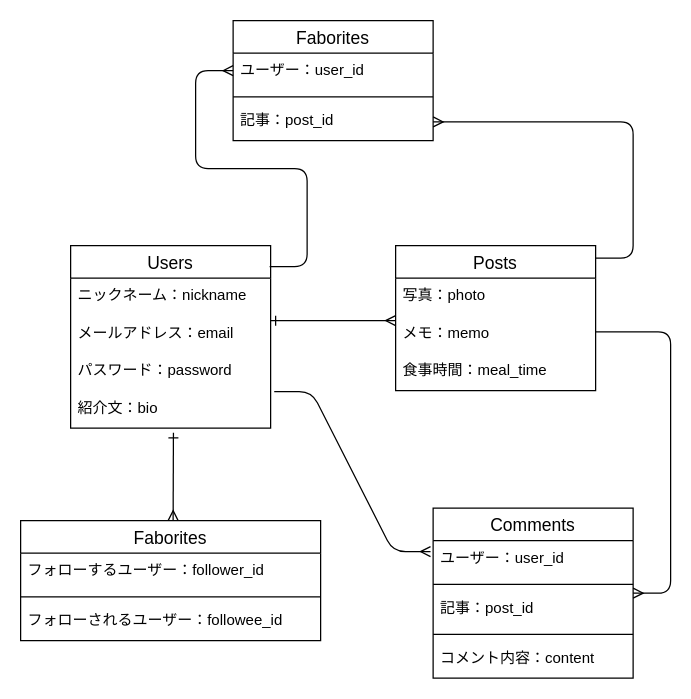
This is ER.dio from hara0510/eatlog, a draw.io file, before an edit. Source tidied: cells renumbered, new cells numbered last; positions are measured from the earlier drawing's top-left corner, leaving out a move shared by most shapes. Both pictures are drawn from the tidied source at 125%, with x=0, y=0 at pixel (20, 20).
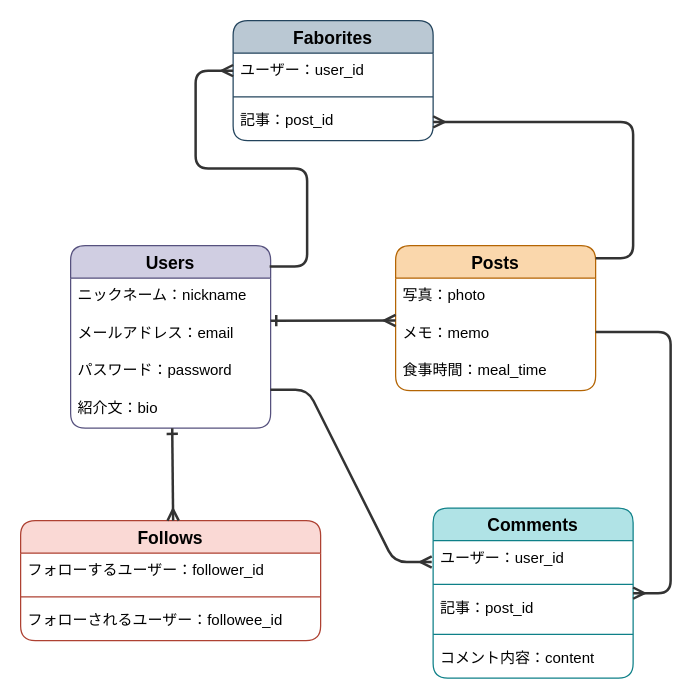
The same page after the edit.

Commit message (it also covers changes not shown here):
ER図・画面遷移図の修正

Change to the diagram source:
```diff
@@
-<mxGraphModel>
+<mxGraphModel background="#ffffff">
@@
-    <mxCell id="2" value="Users" style="swimlane;fontStyle=0;horizontal=1;startSize=26;align=center;fontSize=14;" parent="1" vertex="1">
+    <mxCell id="2" value="Users" style="swimlane;fontStyle=1;horizontal=1;startSize=26;align=center;fontSize=14;fillColor=#d0cee2;strokeColor=#56517e;rounded=1;fontColor=#000000;" parent="1" vertex="1">
       <mxGeometry x="40" y="180" width="160" height="146" as="geometry" />
     </mxCell>
-    <mxCell id="3" value="ニックネーム：nickname" style="text;strokeColor=none;fillColor=none;spacingLeft=4;spacingRight=4;overflow=hidden;fontSize=12;" parent="2" vertex="1">
+    <mxCell id="3" value="ニックネーム：nickname" style="text;strokeColor=none;fillColor=none;spacingLeft=4;spacingRight=4;overflow=hidden;fontSize=12;fontColor=#000000;" parent="2" vertex="1">
       <mxGeometry y="26" width="160" height="30" as="geometry" />
     </mxCell>
-    <mxCell id="4" value="メールアドレス：email" style="text;strokeColor=none;fillColor=none;spacingLeft=4;spacingRight=4;overflow=hidden;fontSize=12;" parent="2" vertex="1">
+    <mxCell id="4" value="メールアドレス：email" style="text;strokeColor=none;fillColor=none;spacingLeft=4;spacingRight=4;overflow=hidden;fontSize=12;fontColor=#000000;" parent="2" vertex="1">
       <mxGeometry y="56" width="160" height="30" as="geometry" />
     </mxCell>
-    <mxCell id="5" value="パスワード：password" style="text;strokeColor=none;fillColor=none;spacingLeft=4;spacingRight=4;overflow=hidden;fontSize=12;" parent="2" vertex="1">
+    <mxCell id="5" value="パスワード：password" style="text;strokeColor=none;fillColor=none;spacingLeft=4;spacingRight=4;overflow=hidden;fontSize=12;fontColor=#000000;" parent="2" vertex="1">
       <mxGeometry y="86" width="160" height="30" as="geometry" />
     </mxCell>
-    <mxCell id="6" value="紹介文：bio" style="text;strokeColor=none;fillColor=none;spacingLeft=4;spacingRight=4;overflow=hidden;points=[[0,0.5],[1,0.5]];portConstraint=eastwest;fontSize=12;" parent="2" vertex="1">
+    <mxCell id="6" value="紹介文：bio" style="text;strokeColor=none;fillColor=none;spacingLeft=4;spacingRight=4;overflow=hidden;points=[[0,0.5],[1,0.5]];portConstraint=eastwest;fontSize=12;fontColor=#000000;" parent="2" vertex="1">
       <mxGeometry y="116" width="160" height="30" as="geometry" />
     </mxCell>
-    <mxCell id="7" value="Posts" style="swimlane;fontStyle=0;horizontal=1;startSize=26;align=center;fontSize=14;" parent="1" vertex="1">
+    <mxCell id="7" value="Posts" style="swimlane;fontStyle=1;horizontal=1;startSize=26;align=center;fontSize=14;fillColor=#fad7ac;strokeColor=#b46504;rounded=1;fontColor=#000000;" parent="1" vertex="1">
       <mxGeometry x="300" y="180" width="160" height="116" as="geometry" />
     </mxCell>
-    <mxCell id="8" value="写真：photo" style="text;strokeColor=none;fillColor=none;spacingLeft=4;spacingRight=4;overflow=hidden;fontSize=12;" parent="7" vertex="1">
+    <mxCell id="8" value="写真：photo" style="text;strokeColor=none;fillColor=none;spacingLeft=4;spacingRight=4;overflow=hidden;fontSize=12;fontColor=#000000;" parent="7" vertex="1">
       <mxGeometry y="26" width="160" height="30" as="geometry" />
     </mxCell>
-    <mxCell id="9" value="メモ：memo" style="text;strokeColor=none;fillColor=none;spacingLeft=4;spacingRight=4;overflow=hidden;points=[[0,0.5],[1,0.5]];portConstraint=eastwest;fontSize=12;" parent="7" vertex="1">
+    <mxCell id="9" value="メモ：memo" style="text;strokeColor=none;fillColor=none;spacingLeft=4;spacingRight=4;overflow=hidden;points=[[0,0.5],[1,0.5]];portConstraint=eastwest;fontSize=12;fontColor=#000000;" parent="7" vertex="1">
       <mxGeometry y="56" width="160" height="30" as="geometry" />
     </mxCell>
-    <mxCell id="10" value="食事時間：meal_time" style="text;strokeColor=none;fillColor=none;spacingLeft=4;spacingRight=4;overflow=hidden;fontSize=12;" parent="7" vertex="1">
+    <mxCell id="10" value="食事時間：meal_time" style="text;strokeColor=none;fillColor=none;spacingLeft=4;spacingRight=4;overflow=hidden;fontSize=12;fontColor=#000000;" parent="7" vertex="1">
       <mxGeometry y="86" width="160" height="30" as="geometry" />
     </mxCell>
-    <mxCell id="11" value="Faborites" style="swimlane;fontStyle=0;horizontal=1;startSize=26;align=center;fontSize=14;" parent="1" vertex="1">
+    <mxCell id="11" value="Faborites" style="swimlane;fontStyle=1;horizontal=1;startSize=26;align=center;fontSize=14;fillColor=#bac8d3;strokeColor=#23445d;rounded=1;fontColor=#000000;" parent="1" vertex="1">
       <mxGeometry x="170" width="160" height="96" as="geometry" />
     </mxCell>
-    <mxCell id="12" value="ユーザー：user_id" style="text;strokeColor=none;fillColor=none;spacingLeft=4;spacingRight=4;overflow=hidden;fontSize=12;" parent="11" vertex="1">
+    <mxCell id="12" value="ユーザー：user_id" style="text;strokeColor=none;fillColor=none;spacingLeft=4;spacingRight=4;overflow=hidden;fontSize=12;fontColor=#000000;" parent="11" vertex="1">
       <mxGeometry y="26" width="160" height="30" as="geometry" />
     </mxCell>
-    <mxCell id="13" style="line;strokeWidth=1;dashed=0;labelPosition=right;align=left;verticalAlign=middle;spacingTop=0;spacingLeft=6;" parent="11" vertex="1">
+    <mxCell id="13" style="line;strokeWidth=1;dashed=0;labelPosition=right;align=left;verticalAlign=middle;spacingTop=0;spacingLeft=6;fillColor=#bac8d3;strokeColor=#23445d;" parent="11" vertex="1">
       <mxGeometry y="56" width="160" height="10" as="geometry" />
     </mxCell>
-    <mxCell id="14" value="記事：post_id" style="text;strokeColor=none;fillColor=none;spacingLeft=4;spacingRight=4;overflow=hidden;points=[[0,0.5],[1,0.5]];portConstraint=eastwest;fontSize=12;" parent="11" vertex="1">
+    <mxCell id="14" value="記事：post_id" style="text;strokeColor=none;fillColor=none;spacingLeft=4;spacingRight=4;overflow=hidden;points=[[0,0.5],[1,0.5]];portConstraint=eastwest;fontSize=12;fontColor=#000000;" parent="11" vertex="1">
       <mxGeometry y="66" width="160" height="30" as="geometry" />
     </mxCell>
-    <mxCell id="15" value="Comments" style="swimlane;fontStyle=0;horizontal=1;startSize=26;align=center;fontSize=14;" parent="1" vertex="1">
+    <mxCell id="15" value="Comments" style="swimlane;fontStyle=1;horizontal=1;startSize=26;align=center;fontSize=14;fillColor=#b0e3e6;strokeColor=#0e8088;rounded=1;fontColor=#000000;" parent="1" vertex="1">
       <mxGeometry x="330" y="390" width="160" height="136" as="geometry" />
     </mxCell>
-    <mxCell id="16" value="ユーザー：user_id" style="text;strokeColor=none;fillColor=none;spacingLeft=4;spacingRight=4;overflow=hidden;points=[[0,0.5],[1,0.5]];portConstraint=eastwest;fontSize=12;" parent="15" vertex="1">
+    <mxCell id="16" value="ユーザー：user_id" style="text;strokeColor=none;fillColor=none;spacingLeft=4;spacingRight=4;overflow=hidden;points=[[0,0.5],[1,0.5]];portConstraint=eastwest;fontSize=12;fontColor=#000000;" parent="15" vertex="1">
       <mxGeometry y="26" width="160" height="30" as="geometry" />
     </mxCell>
-    <mxCell id="17" style="line;strokeWidth=1;dashed=0;labelPosition=right;align=left;verticalAlign=middle;spacingTop=0;spacingLeft=6;" parent="15" vertex="1">
+    <mxCell id="17" style="line;strokeWidth=1;dashed=0;labelPosition=right;align=left;verticalAlign=middle;spacingTop=0;spacingLeft=6;fillColor=#b0e3e6;strokeColor=#0e8088;" parent="15" vertex="1">
       <mxGeometry y="56" width="160" height="10" as="geometry" />
     </mxCell>
-    <mxCell id="18" value="記事：post_id" style="text;strokeColor=none;fillColor=none;spacingLeft=4;spacingRight=4;overflow=hidden;fontSize=12;" parent="15" vertex="1">
+    <mxCell id="18" value="記事：post_id" style="text;strokeColor=none;fillColor=none;spacingLeft=4;spacingRight=4;overflow=hidden;fontSize=12;fontColor=#000000;" parent="15" vertex="1">
       <mxGeometry y="66" width="160" height="30" as="geometry" />
     </mxCell>
-    <mxCell id="19" style="line;strokeWidth=1;dashed=0;labelPosition=right;align=left;verticalAlign=middle;spacingTop=0;spacingLeft=6;" parent="15" vertex="1">
+    <mxCell id="19" style="line;strokeWidth=1;dashed=0;labelPosition=right;align=left;verticalAlign=middle;spacingTop=0;spacingLeft=6;fillColor=#b0e3e6;strokeColor=#0e8088;" parent="15" vertex="1">
       <mxGeometry y="96" width="160" height="10" as="geometry" />
     </mxCell>
-    <mxCell id="20" value="コメント内容：content" style="text;strokeColor=none;fillColor=none;spacingLeft=4;spacingRight=4;overflow=hidden;fontSize=12;" parent="15" vertex="1">
+    <mxCell id="20" value="コメント内容：content" style="text;strokeColor=none;fillColor=none;spacingLeft=4;spacingRight=4;overflow=hidden;fontSize=12;fontColor=#000000;" parent="15" vertex="1">
       <mxGeometry y="106" width="160" height="30" as="geometry" />
     </mxCell>
-    <mxCell id="21" value="Faborites" style="swimlane;fontStyle=0;horizontal=1;startSize=26;align=center;fontSize=14;" parent="1" vertex="1">
+    <mxCell id="21" value="Follows" style="swimlane;fontStyle=1;horizontal=1;startSize=26;align=center;fontSize=14;fillColor=#fad9d5;strokeColor=#ae4132;rounded=1;fontColor=#000000;" parent="1" vertex="1">
       <mxGeometry y="400" width="240" height="96" as="geometry" />
     </mxCell>
-    <mxCell id="22" value="フォローするユーザー：follower_id" style="text;strokeColor=none;fillColor=none;spacingLeft=4;spacingRight=4;overflow=hidden;fontSize=12;" parent="21" vertex="1">
+    <mxCell id="22" value="フォローするユーザー：follower_id" style="text;strokeColor=none;fillColor=none;spacingLeft=4;spacingRight=4;overflow=hidden;fontSize=12;fontColor=#000000;" parent="21" vertex="1">
       <mxGeometry y="26" width="240" height="30" as="geometry" />
     </mxCell>
-    <mxCell id="23" style="line;strokeWidth=1;dashed=0;labelPosition=right;align=left;verticalAlign=middle;spacingTop=0;spacingLeft=6;" parent="21" vertex="1">
+    <mxCell id="23" style="line;strokeWidth=1;dashed=0;labelPosition=right;align=left;verticalAlign=middle;spacingTop=0;spacingLeft=6;fillColor=#fad9d5;strokeColor=#ae4132;" parent="21" vertex="1">
       <mxGeometry y="56" width="240" height="10" as="geometry" />
     </mxCell>
-    <mxCell id="24" value="フォローされるユーザー：followee_id&#10;" style="text;strokeColor=none;fillColor=none;spacingLeft=4;spacingRight=4;overflow=hidden;fontSize=12;" parent="21" vertex="1">
+    <mxCell id="24" value="フォローされるユーザー：followee_id&#10;" style="text;strokeColor=none;fillColor=none;spacingLeft=4;spacingRight=4;overflow=hidden;fontSize=12;fontColor=#000000;" parent="21" vertex="1">
       <mxGeometry y="66" width="240" height="30" as="geometry" />
     </mxCell>
-    <mxCell id="25" style="endArrow=ERmany;html=1;rounded=0;entryX=0;entryY=0.133;entryDx=0;entryDy=0;entryPerimeter=0;startArrow=ERone;startFill=0;endFill=0;" parent="1" edge="1" target="9">
+    <mxCell id="25" style="endArrow=ERmany;html=1;rounded=1;entryX=0;entryY=0.133;entryDx=0;entryDy=0;entryPerimeter=0;startArrow=ERone;startFill=0;endFill=0;fontColor=#000000;strokeColor=#333333;jumpSize=8;strokeWidth=2;" parent="1" edge="1" target="9">
       <mxGeometry relative="1" as="geometry">
         <mxPoint x="200" y="240" as="sourcePoint" />
       </mxGeometry>
     </mxCell>
-    <mxCell id="26" style="endArrow=ERmany;html=1;rounded=0;startArrow=ERone;startFill=0;endFill=0;exitX=0.514;exitY=1.126;exitDx=0;exitDy=0;exitPerimeter=0;" parent="1" edge="1" source="6">
+    <mxCell id="26" style="endArrow=ERmany;html=1;rounded=1;startArrow=ERone;startFill=0;endFill=0;exitX=0.508;exitY=1.003;exitDx=0;exitDy=0;exitPerimeter=0;fontColor=#000000;strokeColor=#333333;jumpSize=8;strokeWidth=2;" parent="1" edge="1" source="6">
       <mxGeometry relative="1" as="geometry">
         <mxPoint x="122" y="400" as="targetPoint" />
       </mxGeometry>
     </mxCell>
-    <mxCell id="27" style="edgeStyle=entityRelationEdgeStyle;fontSize=12;html=1;endArrow=ERmany;exitX=0.995;exitY=0.115;exitDx=0;exitDy=0;exitPerimeter=0;" parent="1" edge="1" source="2">
+    <mxCell id="27" style="edgeStyle=entityRelationEdgeStyle;fontSize=12;html=1;endArrow=ERmany;exitX=0.995;exitY=0.115;exitDx=0;exitDy=0;exitPerimeter=0;fontColor=#000000;rounded=1;strokeColor=#333333;jumpSize=8;strokeWidth=2;" parent="1" edge="1" source="2">
       <mxGeometry relative="1" as="geometry">
         <mxPoint x="170" y="40" as="targetPoint" />
       </mxGeometry>
     </mxCell>
-    <mxCell id="28" style="edgeStyle=entityRelationEdgeStyle;fontSize=12;html=1;endArrow=ERmany;entryX=1;entryY=0.5;entryDx=0;entryDy=0;" parent="1" edge="1" target="14">
+    <mxCell id="28" style="edgeStyle=entityRelationEdgeStyle;fontSize=12;html=1;endArrow=ERmany;entryX=1;entryY=0.5;entryDx=0;entryDy=0;fontColor=#000000;rounded=1;strokeColor=#333333;jumpSize=8;strokeWidth=2;" parent="1" edge="1" target="14">
       <mxGeometry relative="1" as="geometry">
         <mxPoint x="460" y="190" as="sourcePoint" />
       </mxGeometry>
     </mxCell>
-    <mxCell id="29" style="edgeStyle=entityRelationEdgeStyle;fontSize=12;html=1;endArrow=ERmany;exitX=1.018;exitY=0.026;exitDx=0;exitDy=0;exitPerimeter=0;entryX=-0.013;entryY=0.293;entryDx=0;entryDy=0;entryPerimeter=0;" parent="1" edge="1" source="6" target="16">
+    <mxCell id="29" style="edgeStyle=entityRelationEdgeStyle;fontSize=12;html=1;endArrow=ERmany;exitX=0.999;exitY=-0.021;exitDx=0;exitDy=0;exitPerimeter=0;entryX=-0.007;entryY=0.571;entryDx=0;entryDy=0;entryPerimeter=0;fontColor=#000000;rounded=1;strokeColor=#333333;jumpSize=8;strokeWidth=2;" parent="1" edge="1" source="6" target="16">
       <mxGeometry relative="1" as="geometry" />
     </mxCell>
-    <mxCell id="30" style="edgeStyle=entityRelationEdgeStyle;fontSize=12;html=1;endArrow=ERmany;" parent="1" edge="1" target="15">
+    <mxCell id="30" style="edgeStyle=entityRelationEdgeStyle;fontSize=12;html=1;endArrow=ERmany;fontColor=#000000;rounded=1;strokeColor=#333333;jumpSize=8;strokeWidth=2;" parent="1" edge="1" target="15">
       <mxGeometry relative="1" as="geometry">
         <mxPoint x="460" y="249" as="sourcePoint" />
       </mxGeometry>
     </mxCell>
```
